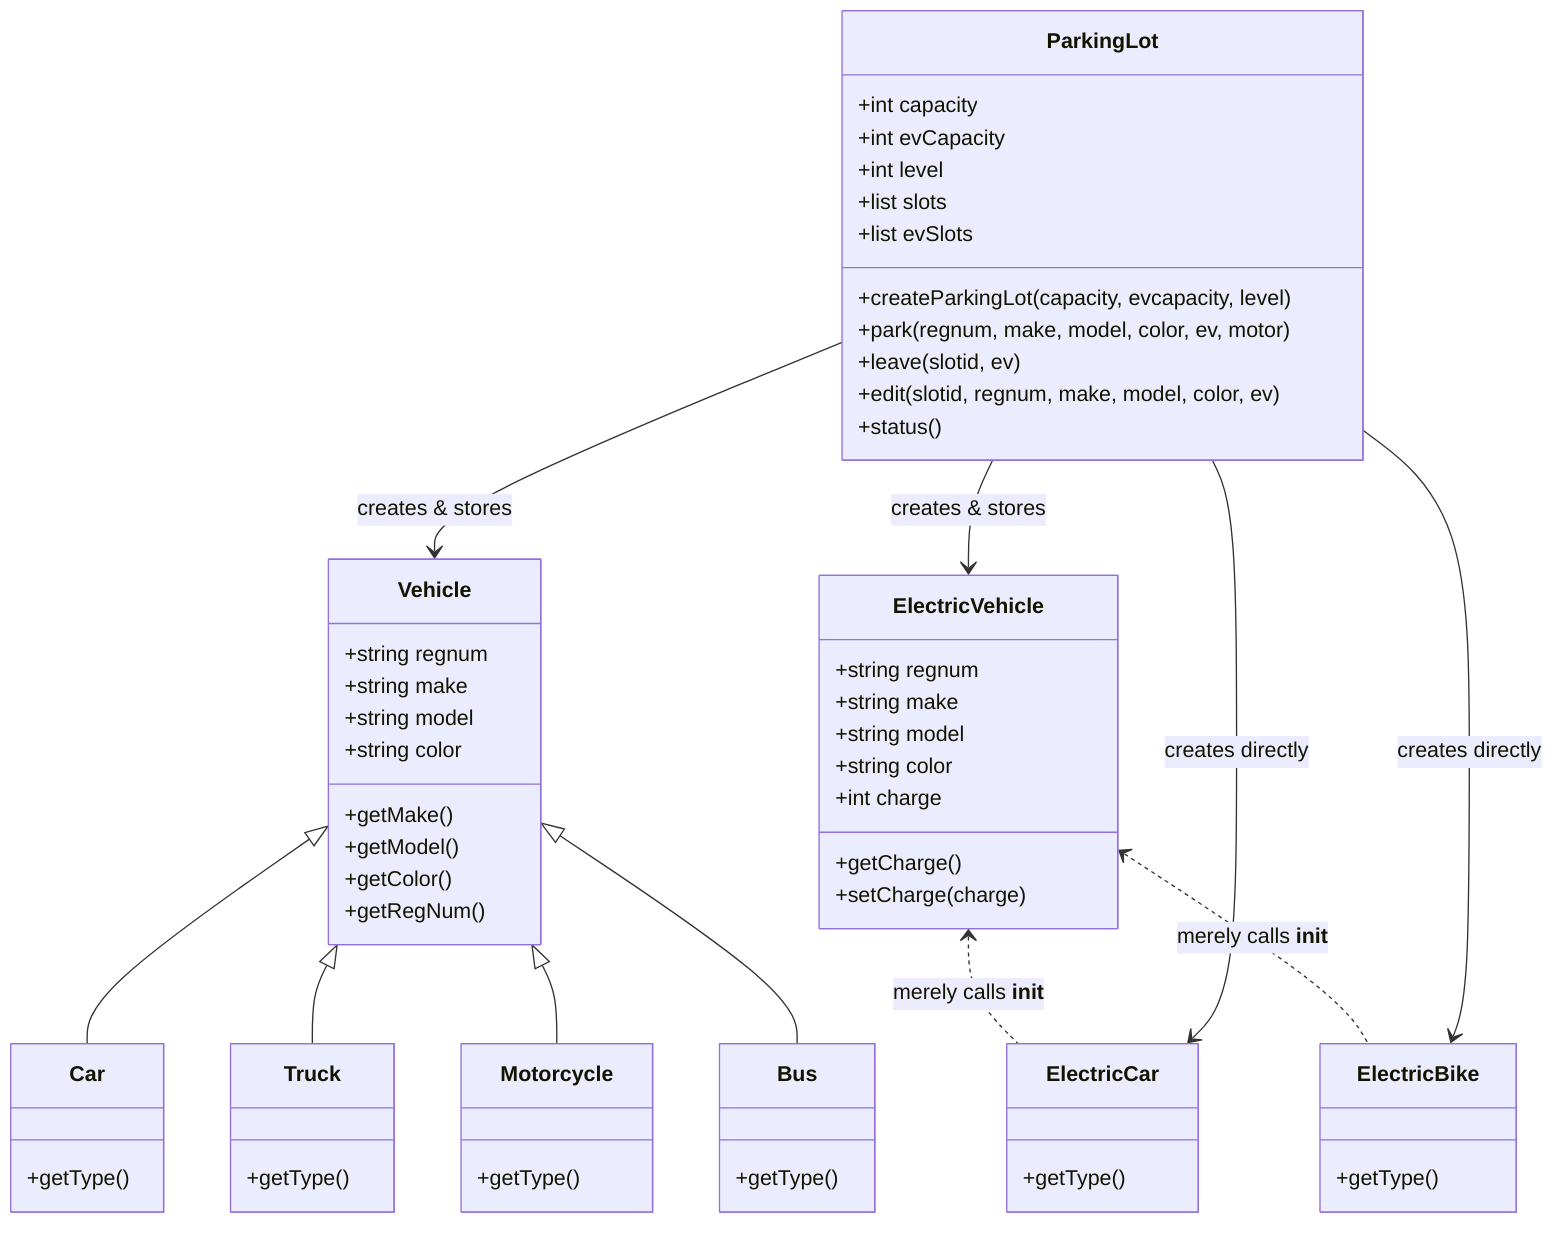
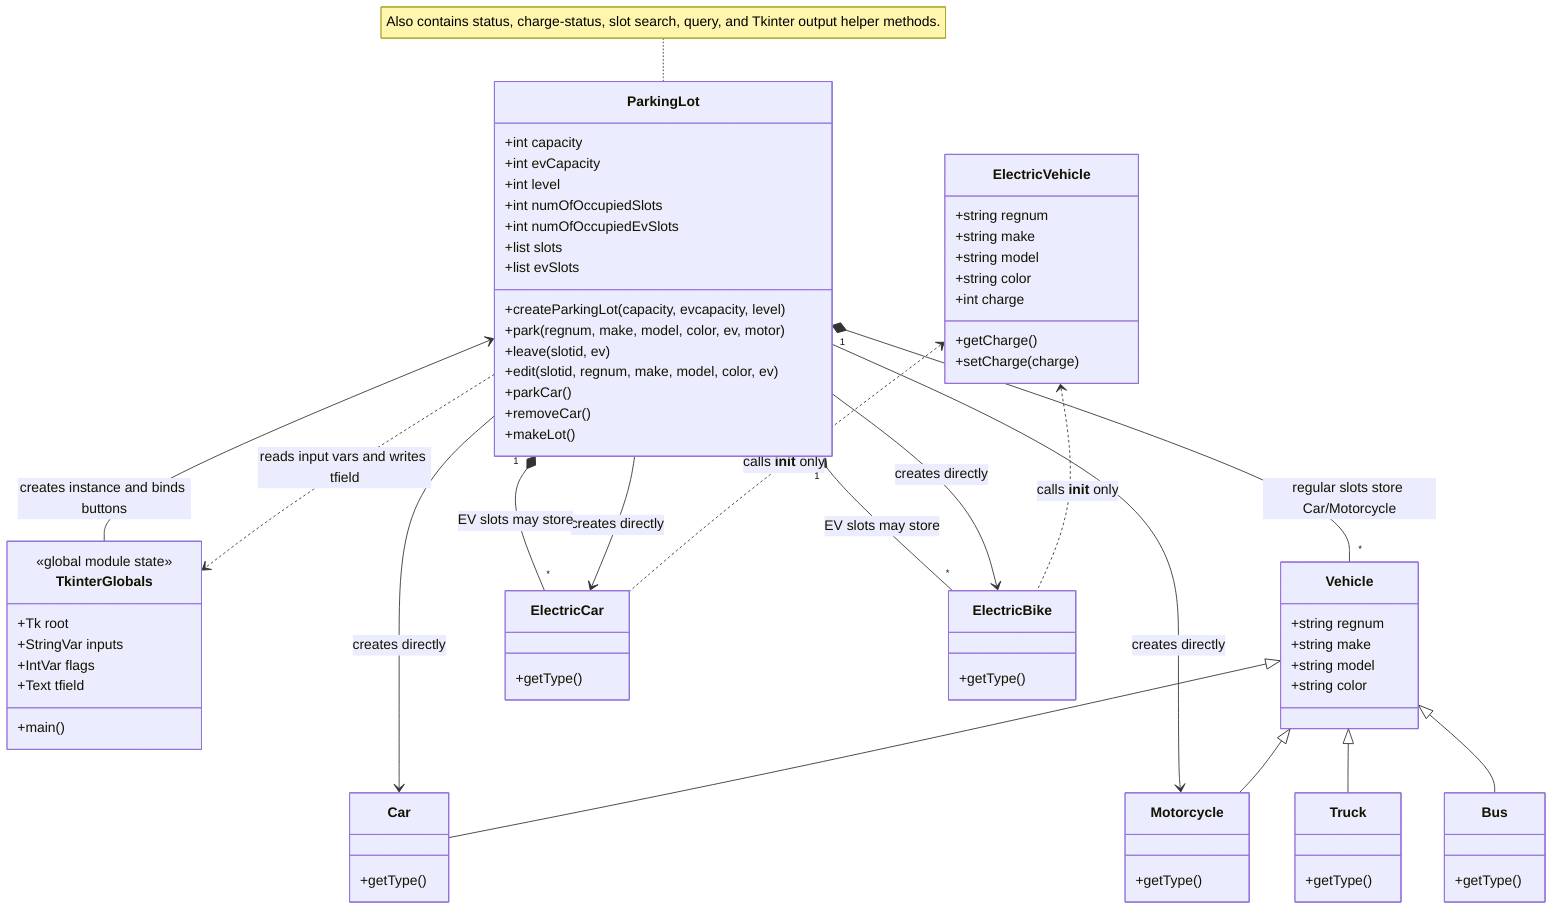
classDiagram
    class ParkingLot {
        +int capacity
        +int evCapacity
        +int level
+         +int numOfOccupiedSlots
+         +int numOfOccupiedEvSlots
        +list slots
        +list evSlots
        +createParkingLot(capacity, evcapacity, level)
        +park(regnum, make, model, color, ev, motor)
        +leave(slotid, ev)
        +edit(slotid, regnum, make, model, color, ev)
-         +status()
+         +parkCar()
+         +removeCar()
+         +makeLot()
+     }
+     note for ParkingLot "Also contains status, charge-status, slot search, query, and Tkinter output helper methods."
+ 
+     class TkinterGlobals {
+         <<global module state>>
+         +Tk root
+         +StringVar inputs
+         +IntVar flags
+         +Text tfield
+         +main()
    }

    class Vehicle {
        +string regnum
        +string make
        +string model
        +string color
-         +getMake()
-         +getModel()
-         +getColor()
-         +getRegNum()
    }
    class Car {
        +getType()
    }
    class Truck {
        +getType()
    }
    class Motorcycle {
        +getType()
    }
    class Bus {
        +getType()
    }
    Vehicle <|-- Car
    Vehicle <|-- Truck
    Vehicle <|-- Motorcycle
    Vehicle <|-- Bus

    class ElectricVehicle {
        +string regnum
        +string make
        +string model
        +string color
        +int charge
        +getCharge()
        +setCharge(charge)
    }
    class ElectricCar {
        +getType()
    }
    class ElectricBike {
        +getType()
    }

-     %% Broken inheritance in original code!
-     ElectricVehicle <.. ElectricCar : merely calls __init__
-     ElectricVehicle <.. ElectricBike : merely calls __init__
+     %% Broken inheritance in original code: ElectricCar and ElectricBike
+     %% call ElectricVehicle.__init__ but do not subclass ElectricVehicle.
+     ElectricVehicle <.. ElectricCar : calls __init__ only
+     ElectricVehicle <.. ElectricBike : calls __init__ only

-     ParkingLot --> Vehicle : creates & stores
-     ParkingLot --> ElectricVehicle : creates & stores
+     TkinterGlobals --> ParkingLot : creates instance and binds buttons
+     ParkingLot ..> TkinterGlobals : reads input vars and writes tfield
+     ParkingLot --> Car : creates directly
+     ParkingLot --> Motorcycle : creates directly
    ParkingLot --> ElectricCar : creates directly
    ParkingLot --> ElectricBike : creates directly
+     ParkingLot "1" *-- "*" Vehicle : regular slots store Car/Motorcycle
+     ParkingLot "1" *-- "*" ElectricCar : EV slots may store
+     ParkingLot "1" *-- "*" ElectricBike : EV slots may store
